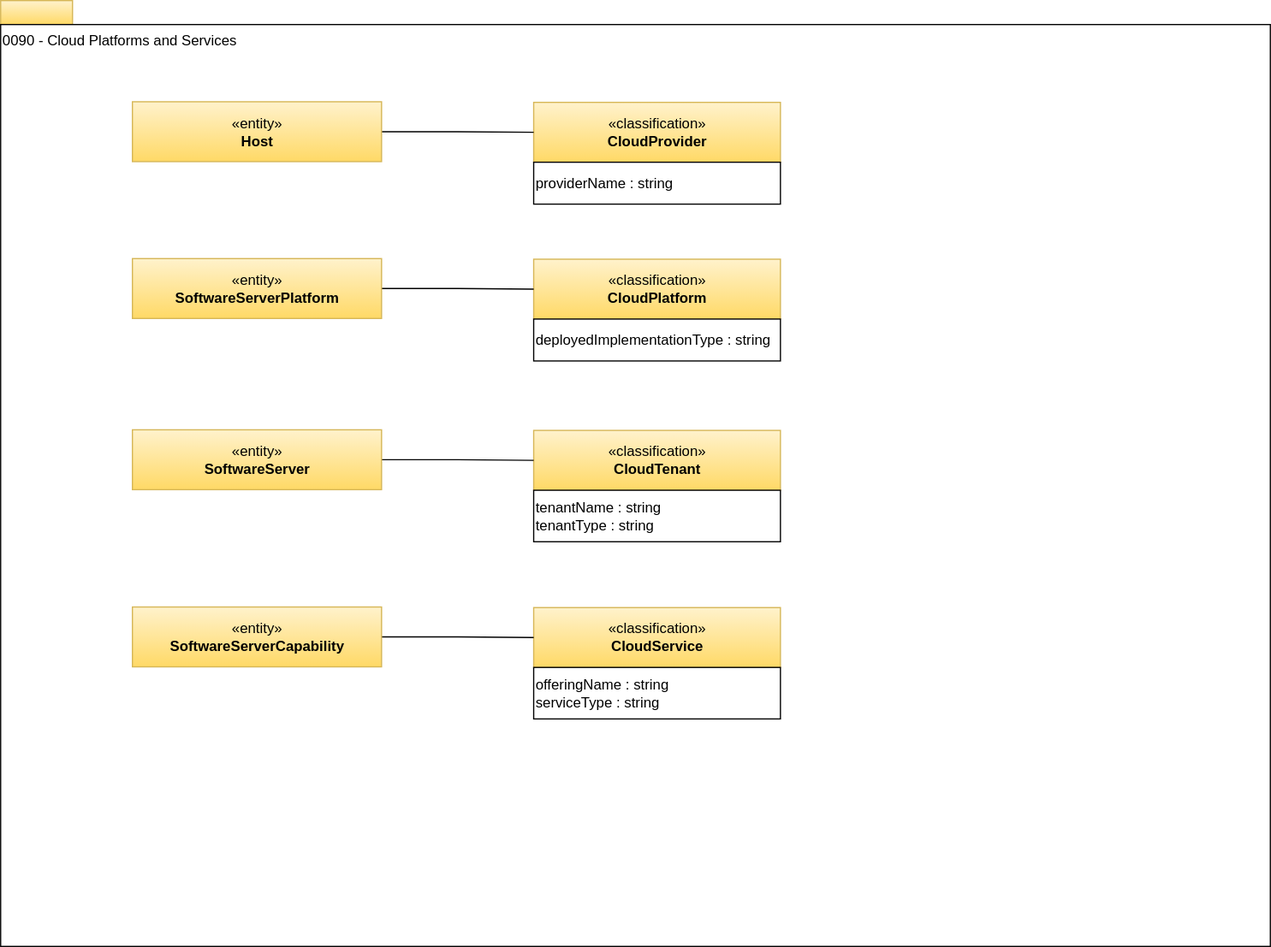
The draw.io diagram site/docs/types/0/0090-Cloud-Platforms-and-Services.svg in odpi/egeria-docs, before a commit. Source tidied: cells renumbered, new cells last; positions are measured from the earlier drawing's top-left corner, leaving out a move shared by most shapes.
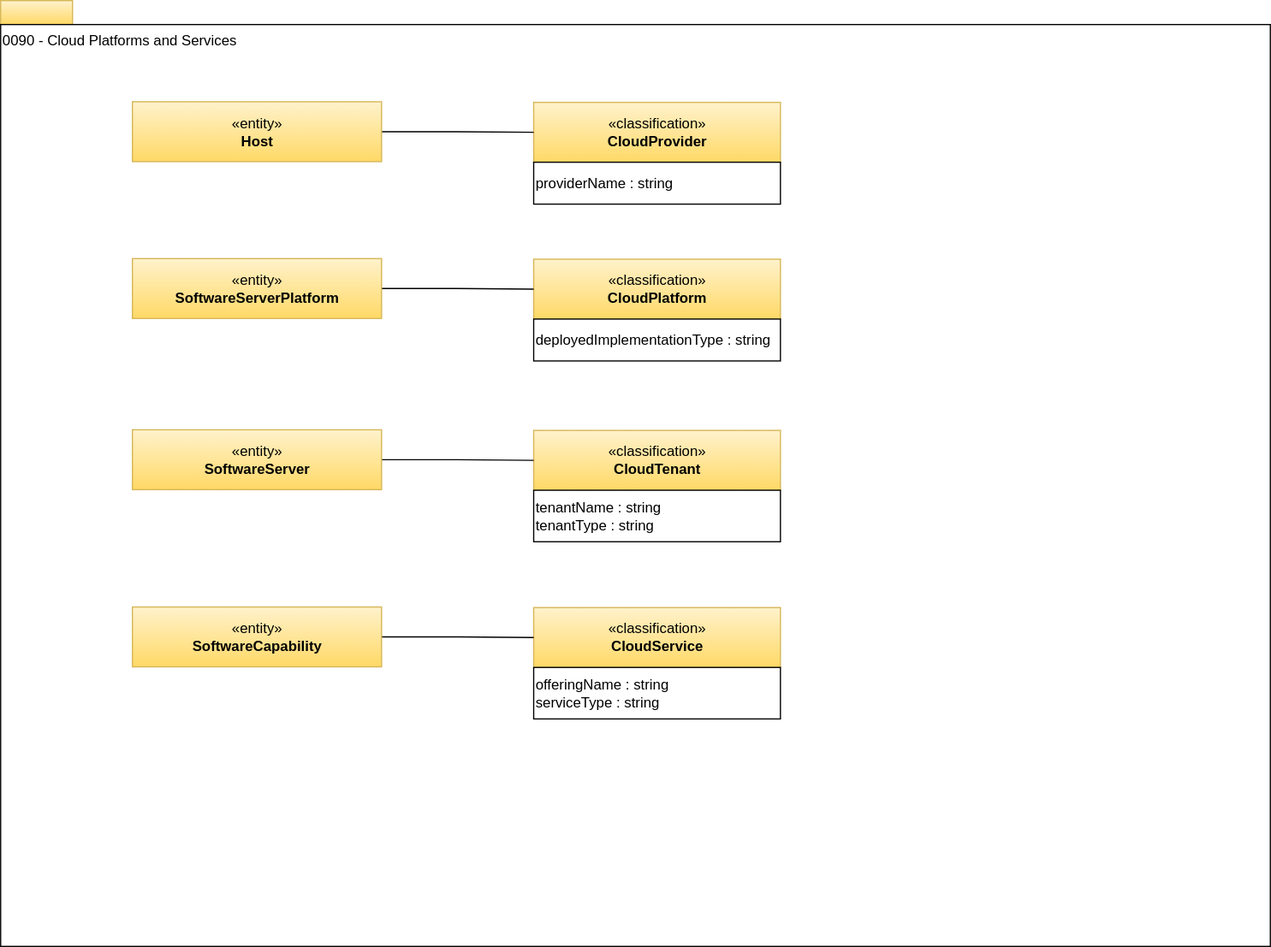
The same diagram one commit later.

Diff of the diagram source:
```diff
@@ -17,7 +17,7 @@
     <mxCell id="6" style="edgeStyle=orthogonalEdgeStyle;rounded=0;html=1;exitX=1;exitY=0.5;entryX=0;entryY=0.5;endArrow=none;endFill=0;jettySize=auto;" parent="1" edge="1" source="7" target="4">
       <mxGeometry relative="1" as="geometry" />
     </mxCell>
-    <mxCell id="7" value="«entity»&lt;br&gt;&lt;b&gt;SoftwareServerCapability&lt;/b&gt;" style="html=1;strokeColor=#d6b656;align=center;fillColor=#fff2cc;gradientColor=#ffd966;" parent="1" vertex="1">
+    <mxCell id="7" value="«entity»&lt;br&gt;&lt;b&gt;SoftwareCapability&lt;/b&gt;" style="html=1;strokeColor=#d6b656;align=center;fillColor=#fff2cc;gradientColor=#ffd966;" parent="1" vertex="1">
       <mxGeometry x="110" y="506.5" width="208" height="50" as="geometry" />
     </mxCell>
     <mxCell id="8" value="«classification»&lt;br&gt;&lt;b&gt;CloudProvider&lt;/b&gt;" style="html=1;strokeColor=#d6b656;align=center;fillColor=#fff2cc;gradientColor=#ffd966;" parent="1" vertex="1">
```
